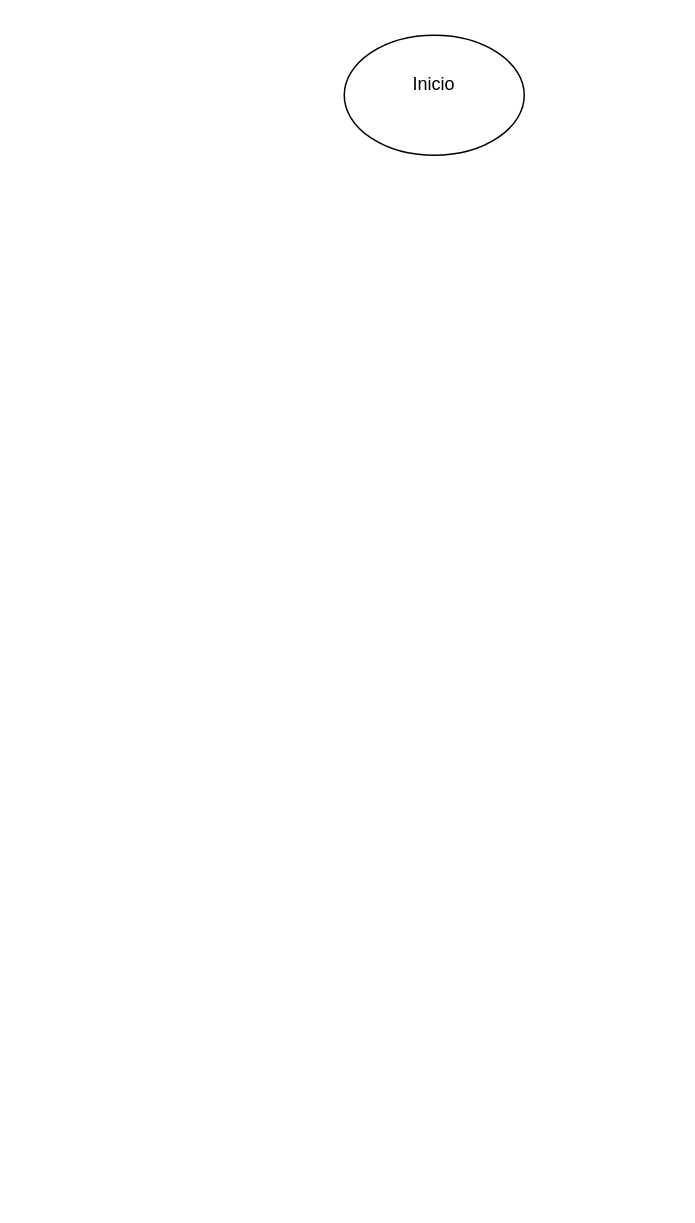
Above: Diagramas.drawio in DiegoCa009/git-testing (draw.io), before the change. Source tidied: cells renumbered, new cells numbered last; positions are measured from the earlier drawing's top-left corner, leaving out a move shared by most shapes. Both pictures are drawn from the tidied source at 150%, with x=0, y=0 at pixel (344, 34).
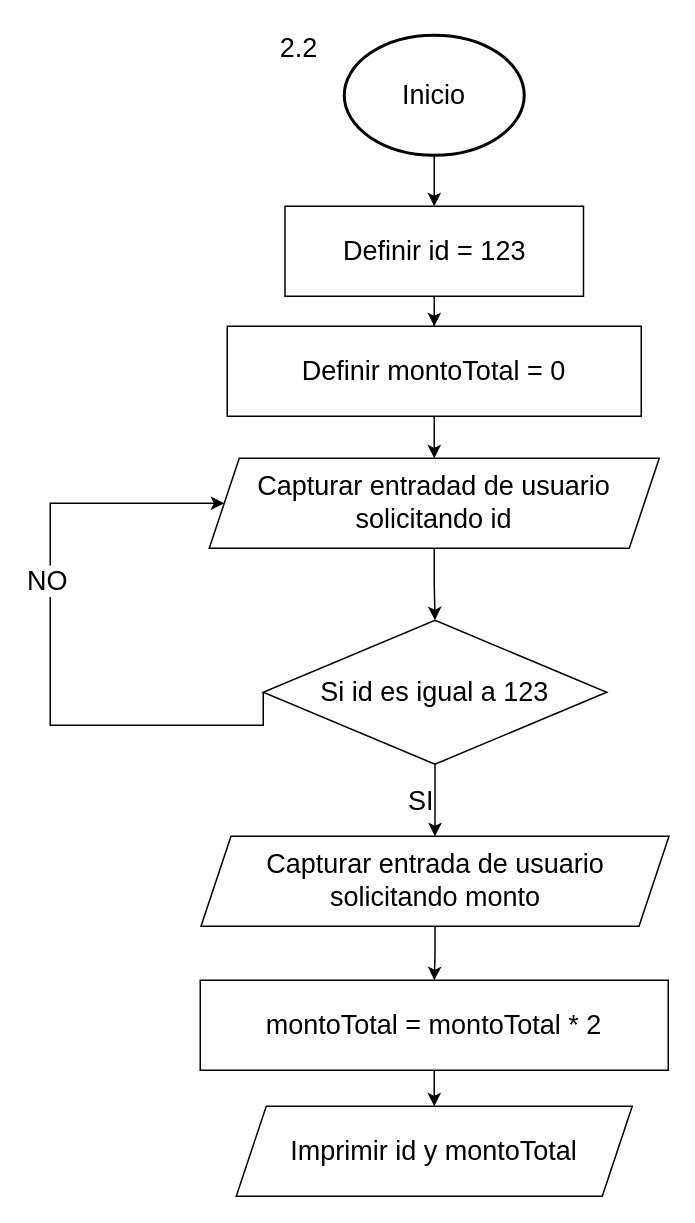
After the change.

What changed in the source:
```diff
@@
+    <mxCell id="3" style="edgeStyle=orthogonalEdgeStyle;rounded=0;jettySize=auto;html=1;entryX=0.5;entryY=0;entryDx=0;entryDy=0;shadow=0;fontSize=18;" parent="1" edge="1" source="2" target="5">
+      <mxGeometry relative="1" as="geometry" />
+    </mxCell>
-    <mxCell id="2" value="Inicio&lt;div&gt;&lt;br/&gt;&lt;/div&gt;" style="ellipse;whiteSpace=wrap;html=1;" parent="1" vertex="1">
+    <mxCell id="2" value="&lt;div style=&quot;font-size: 18px;&quot;&gt;&lt;font style=&quot;font-size: 18px;&quot;&gt;Inicio&lt;/font&gt;&lt;/div&gt;" style="ellipse;whiteSpace=wrap;html=1;align=center;strokeWidth=2;fontSize=18;" parent="1" vertex="1">
       <mxGeometry width="120" height="80" as="geometry" />
     </mxCell>
+    <mxCell id="4" style="edgeStyle=orthogonalEdgeStyle;rounded=0;jettySize=auto;html=1;shadow=0;fontSize=18;" parent="1" edge="1" source="5" target="7">
+      <mxGeometry relative="1" as="geometry" />
+    </mxCell>
+    <mxCell id="5" value="&lt;font style=&quot;font-size: 18px;&quot;&gt;Definir id = 123&lt;br style=&quot;font-size: 18px;&quot;&gt;&lt;/font&gt;" style="rounded=0;whiteSpace=wrap;html=1;shadow=0;fontSize=18;" parent="1" vertex="1">
+      <mxGeometry x="-39.5" y="114" width="199" height="60" as="geometry" />
+    </mxCell>
+    <mxCell id="6" style="edgeStyle=orthogonalEdgeStyle;rounded=0;jettySize=auto;html=1;fontSize=18;" parent="1" edge="1" source="7" target="9">
+      <mxGeometry relative="1" as="geometry" />
+    </mxCell>
+    <mxCell id="7" value="Definir montoTotal = 0" style="whiteSpace=wrap;html=1;rounded=0;shadow=0;fontSize=18;" parent="1" vertex="1">
+      <mxGeometry x="-78" y="194" width="276" height="60" as="geometry" />
+    </mxCell>
+    <mxCell id="8" style="edgeStyle=orthogonalEdgeStyle;rounded=0;jettySize=auto;html=1;fontSize=18;" parent="1" edge="1" source="9" target="13">
+      <mxGeometry relative="1" as="geometry" />
+    </mxCell>
+    <mxCell id="9" value="Capturar entradad de usuario solicitando id" style="shape=parallelogram;perimeter=parallelogramPerimeter;whiteSpace=wrap;html=1;fixedSize=1;fontSize=18;rounded=0;shadow=0;" parent="1" vertex="1">
+      <mxGeometry x="-90" y="282" width="300" height="60" as="geometry" />
+    </mxCell>
+    <mxCell id="10" style="edgeStyle=orthogonalEdgeStyle;rounded=0;jettySize=auto;html=1;entryX=0;entryY=0.5;entryDx=0;entryDy=0;exitX=0;exitY=0.5;exitDx=0;exitDy=0;fontSize=18;" parent="1" edge="1" source="13" target="9">
+      <mxGeometry relative="1" as="geometry">
+        <Array as="points">
+          <mxPoint x="-54" y="460" />
+          <mxPoint x="-196" y="460" />
+          <mxPoint x="-196" y="312" />
+        </Array>
+      </mxGeometry>
+    </mxCell>
+    <mxCell id="11" value="NO" style="edgeLabel;html=1;align=center;verticalAlign=middle;fontSize=18;" parent="10" vertex="1">
+      <mxGeometry x="0.22" y="3" relative="1" as="geometry" />
+    </mxCell>
+    <mxCell id="12" style="edgeStyle=orthogonalEdgeStyle;rounded=0;jettySize=auto;html=1;fontSize=18;" parent="1" edge="1" source="13" target="15">
+      <mxGeometry relative="1" as="geometry" />
+    </mxCell>
+    <mxCell id="13" value="Si id es igual a 123" style="rhombus;whiteSpace=wrap;html=1;fontSize=18;rounded=0;shadow=0;" parent="1" vertex="1">
+      <mxGeometry x="-54" y="390" width="229" height="96" as="geometry" />
+    </mxCell>
+    <mxCell id="14" style="edgeStyle=orthogonalEdgeStyle;rounded=0;jettySize=auto;html=1;fontSize=18;" parent="1" edge="1" source="15" target="18">
+      <mxGeometry relative="1" as="geometry" />
+    </mxCell>
+    <mxCell id="15" value="Capturar entrada de usuario solicitando monto" style="shape=parallelogram;perimeter=parallelogramPerimeter;whiteSpace=wrap;html=1;fixedSize=1;fontSize=18;rounded=0;shadow=0;" parent="1" vertex="1">
+      <mxGeometry x="-95.5" y="534" width="312" height="60" as="geometry" />
+    </mxCell>
+    <mxCell id="16" value="SI" style="text;html=1;align=center;verticalAlign=middle;strokeColor=none;fillColor=none;fontSize=18;" parent="1" vertex="1">
+      <mxGeometry x="27" y="493" width="48" height="36" as="geometry" />
+    </mxCell>
+    <mxCell id="17" style="edgeStyle=orthogonalEdgeStyle;rounded=0;jettySize=auto;html=1;fontSize=18;" parent="1" edge="1" source="18" target="19">
+      <mxGeometry relative="1" as="geometry" />
+    </mxCell>
+    <mxCell id="18" value="montoTotal = montoTotal * 2" style="rounded=0;whiteSpace=wrap;html=1;fontSize=18;shadow=0;" parent="1" vertex="1">
+      <mxGeometry x="-96" y="630" width="312" height="60" as="geometry" />
+    </mxCell>
+    <mxCell id="19" value="Imprimir id y montoTotal" style="shape=parallelogram;perimeter=parallelogramPerimeter;whiteSpace=wrap;html=1;fixedSize=1;fontSize=18;rounded=0;shadow=0;" parent="1" vertex="1">
+      <mxGeometry x="-72" y="714" width="264" height="60" as="geometry" />
+    </mxCell>
+    <mxCell id="20" value="&lt;font style=&quot;font-size: 18px;&quot;&gt;2.2&lt;/font&gt;" style="text;html=1;align=center;verticalAlign=middle;whiteSpace=wrap;rounded=0;" parent="1" vertex="1">
+      <mxGeometry x="-60" y="-6" width="60" height="30" as="geometry" />
+    </mxCell>
```
